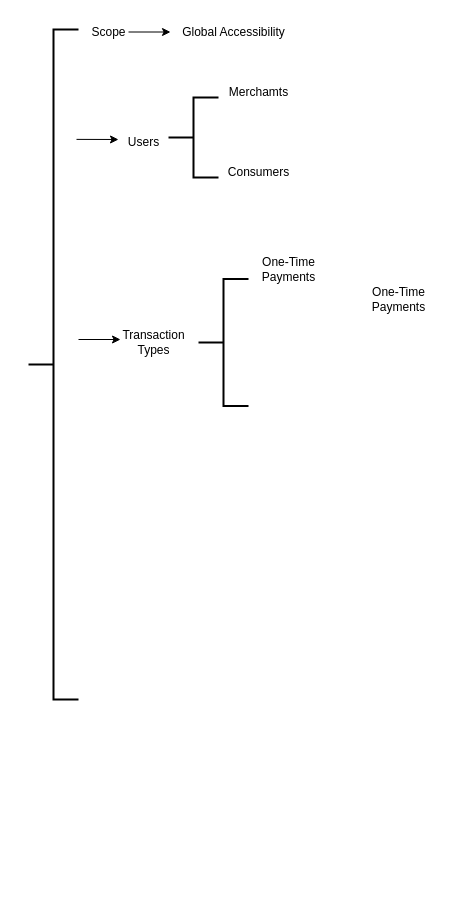
GETANGE/GlobalPay keeps this draw.io diagram as page "Page-1" (1 of 5) of GlobalPay.drawio. Above is the earlier version. Source tidied: cells renumbered, new cells numbered last; positions are measured from the earlier drawing's top-left corner, leaving out a move shared by most shapes. Both pictures are drawn from the tidied source at 100%, with x=0, y=0 at pixel (28, 17).
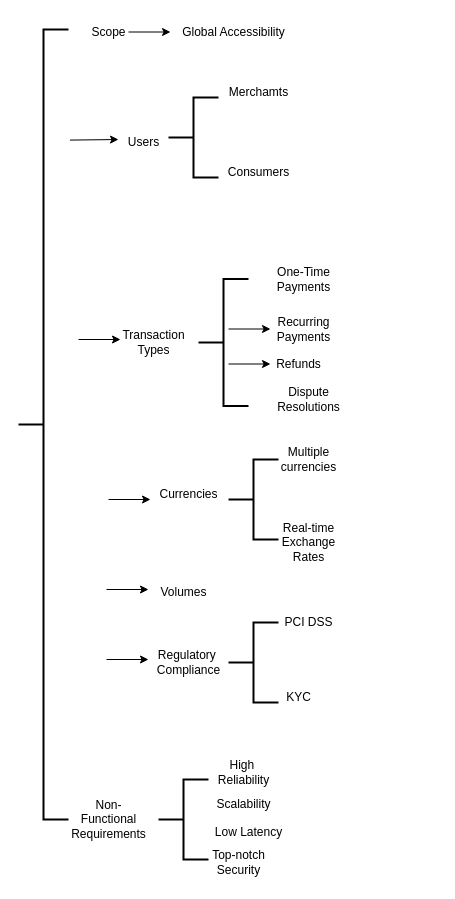
The same diagram, later.

Change to the diagram source:
```diff
@@
     <mxCell id="2" style="strokeWidth=2;html=1;shape=mxgraph.flowchart.annotation_2;align=left;labelPosition=right;" parent="1" vertex="1">
-      <mxGeometry y="12" width="50" height="670" as="geometry" />
+      <mxGeometry x="-10" y="12" width="50" height="790" as="geometry" />
     </mxCell>
@@
-    <mxCell id="4" style="endArrow=classic;html=1;rounded=0;exitX=0.96;exitY=0.164;exitDx=0;exitDy=0;exitPerimeter=0;" parent="1" edge="1" source="2">
+    <mxCell id="4" style="endArrow=classic;html=1;rounded=0;exitX=1.029;exitY=0.14;exitDx=0;exitDy=0;exitPerimeter=0;" parent="1" edge="1" source="2">
       <mxGeometry relative="1" as="geometry">
         <mxPoint x="90" y="122" as="targetPoint" />
       </mxGeometry>
     </mxCell>
@@
     <mxCell id="14" value="One-Time&lt;div&gt;Payments&lt;/div&gt;" style="text;html=1;align=center;verticalAlign=middle;strokeColor=none;fillColor=none;" parent="1" vertex="1">
-      <mxGeometry x="220" y="232" width="80" height="40" as="geometry" />
+      <mxGeometry x="235" y="242" width="80" height="40" as="geometry" />
     </mxCell>
-    <mxCell id="15" value="One-Time&lt;div&gt;Payments&lt;/div&gt;" style="text;html=1;align=center;verticalAlign=middle;strokeColor=none;fillColor=none;" parent="1" vertex="1">
-      <mxGeometry x="330" y="261.5" width="80" height="40" as="geometry" />
+    <mxCell id="15" value="Recurring&lt;br&gt;&lt;div&gt;Payments&lt;/div&gt;" style="text;html=1;align=center;verticalAlign=middle;strokeColor=none;fillColor=none;" parent="1" vertex="1">
+      <mxGeometry x="235" y="292" width="80" height="40" as="geometry" />
     </mxCell>
+    <mxCell id="16" value="Refunds" style="text;html=1;align=center;verticalAlign=middle;strokeColor=none;fillColor=none;" parent="1" vertex="1">
+      <mxGeometry x="235" y="332" width="70" height="30" as="geometry" />
+    </mxCell>
+    <mxCell id="17" value="Dispute&lt;div&gt;Resolutions&lt;/div&gt;" style="text;html=1;align=center;verticalAlign=middle;strokeColor=none;fillColor=none;" parent="1" vertex="1">
+      <mxGeometry x="235" y="362" width="90" height="40" as="geometry" />
+    </mxCell>
+    <mxCell id="18" style="endArrow=classic;html=1;rounded=0;exitX=0.96;exitY=0.164;exitDx=0;exitDy=0;exitPerimeter=0;" parent="1" edge="1">
+      <mxGeometry relative="1" as="geometry">
+        <mxPoint x="200" y="311.5" as="sourcePoint" />
+        <mxPoint x="242" y="311.5" as="targetPoint" />
+      </mxGeometry>
+    </mxCell>
+    <mxCell id="19" style="endArrow=classic;html=1;rounded=0;exitX=0.96;exitY=0.164;exitDx=0;exitDy=0;exitPerimeter=0;" parent="1" edge="1">
+      <mxGeometry relative="1" as="geometry">
+        <mxPoint x="200" y="346.5" as="sourcePoint" />
+        <mxPoint x="242" y="346.5" as="targetPoint" />
+      </mxGeometry>
+    </mxCell>
+    <mxCell id="20" style="endArrow=classic;html=1;rounded=0;exitX=0.96;exitY=0.164;exitDx=0;exitDy=0;exitPerimeter=0;" parent="1" edge="1">
+      <mxGeometry relative="1" as="geometry">
+        <mxPoint x="80" y="482" as="sourcePoint" />
+        <mxPoint x="122" y="482" as="targetPoint" />
+      </mxGeometry>
+    </mxCell>
+    <mxCell id="21" value="Currencies" style="text;html=1;align=center;verticalAlign=middle;strokeColor=none;fillColor=none;" parent="1" vertex="1">
+      <mxGeometry x="120" y="462" width="80" height="30" as="geometry" />
+    </mxCell>
+    <mxCell id="22" style="strokeWidth=2;html=1;shape=mxgraph.flowchart.annotation_2;align=left;labelPosition=right;" parent="1" vertex="1">
+      <mxGeometry x="200" y="442" width="50" height="80" as="geometry" />
+    </mxCell>
+    <mxCell id="23" value="Multiple&lt;div&gt;currencies&lt;/div&gt;" style="text;html=1;align=center;verticalAlign=middle;strokeColor=none;fillColor=none;" parent="1" vertex="1">
+      <mxGeometry x="240" y="422" width="80" height="40" as="geometry" />
+    </mxCell>
+    <mxCell id="24" value="Real-time&lt;div&gt;Exchange&lt;/div&gt;&lt;div&gt;Rates&lt;/div&gt;" style="text;html=1;align=center;verticalAlign=middle;strokeColor=none;fillColor=none;" parent="1" vertex="1">
+      <mxGeometry x="240" y="495" width="80" height="60" as="geometry" />
+    </mxCell>
+    <mxCell id="25" style="endArrow=classic;html=1;rounded=0;exitX=0.96;exitY=0.164;exitDx=0;exitDy=0;exitPerimeter=0;" parent="1" edge="1">
+      <mxGeometry relative="1" as="geometry">
+        <mxPoint x="78" y="572" as="sourcePoint" />
+        <mxPoint x="120" y="572" as="targetPoint" />
+      </mxGeometry>
+    </mxCell>
+    <mxCell id="26" value="Volumes" style="text;html=1;align=center;verticalAlign=middle;strokeColor=none;fillColor=none;" parent="1" vertex="1">
+      <mxGeometry x="120" y="560" width="70" height="30" as="geometry" />
+    </mxCell>
+    <mxCell id="27" style="endArrow=classic;html=1;rounded=0;exitX=0.96;exitY=0.164;exitDx=0;exitDy=0;exitPerimeter=0;" parent="1" edge="1">
+      <mxGeometry relative="1" as="geometry">
+        <mxPoint x="78" y="642" as="sourcePoint" />
+        <mxPoint x="120" y="642" as="targetPoint" />
+      </mxGeometry>
+    </mxCell>
+    <mxCell id="28" value="Regulatory&amp;nbsp;&lt;div&gt;Compliance&lt;/div&gt;" style="text;html=1;align=center;verticalAlign=middle;strokeColor=none;fillColor=none;" parent="1" vertex="1">
+      <mxGeometry x="115" y="625" width="90" height="40" as="geometry" />
+    </mxCell>
+    <mxCell id="29" style="strokeWidth=2;html=1;shape=mxgraph.flowchart.annotation_2;align=left;labelPosition=right;" parent="1" vertex="1">
+      <mxGeometry x="200" y="605" width="50" height="80" as="geometry" />
+    </mxCell>
+    <mxCell id="30" value="PCI DSS" style="text;html=1;align=center;verticalAlign=middle;strokeColor=none;fillColor=none;" parent="1" vertex="1">
+      <mxGeometry x="245" y="590" width="70" height="30" as="geometry" />
+    </mxCell>
+    <mxCell id="31" value="KYC" style="text;html=1;align=center;verticalAlign=middle;strokeColor=none;fillColor=none;" parent="1" vertex="1">
+      <mxGeometry x="245" y="665" width="50" height="30" as="geometry" />
+    </mxCell>
+    <mxCell id="32" value="Non-&lt;div&gt;Functional&lt;/div&gt;&lt;div&gt;Requirements&lt;/div&gt;" style="text;html=1;align=center;verticalAlign=middle;strokeColor=none;fillColor=none;" parent="1" vertex="1">
+      <mxGeometry x="30" y="772" width="100" height="60" as="geometry" />
+    </mxCell>
+    <mxCell id="33" style="strokeWidth=2;html=1;shape=mxgraph.flowchart.annotation_2;align=left;labelPosition=right;" parent="1" vertex="1">
+      <mxGeometry x="130" y="762" width="50" height="80" as="geometry" />
+    </mxCell>
+    <mxCell id="34" value="High&amp;nbsp;&lt;div&gt;Reliability&lt;/div&gt;" style="text;html=1;align=center;verticalAlign=middle;strokeColor=none;fillColor=none;" parent="1" vertex="1">
+      <mxGeometry x="180" y="735" width="70" height="40" as="geometry" />
+    </mxCell>
+    <mxCell id="35" value="Scalability" style="text;html=1;align=center;verticalAlign=middle;strokeColor=none;fillColor=none;" parent="1" vertex="1">
+      <mxGeometry x="175" y="772" width="80" height="30" as="geometry" />
+    </mxCell>
+    <mxCell id="36" value="Low Latency" style="text;html=1;align=center;verticalAlign=middle;strokeColor=none;fillColor=none;" parent="1" vertex="1">
+      <mxGeometry x="175" y="800" width="90" height="30" as="geometry" />
+    </mxCell>
+    <mxCell id="37" value="Top-notch&lt;div&gt;Security&lt;/div&gt;" style="text;html=1;align=center;verticalAlign=middle;strokeColor=none;fillColor=none;" parent="1" vertex="1">
+      <mxGeometry x="170" y="825" width="80" height="40" as="geometry" />
+    </mxCell>
```
